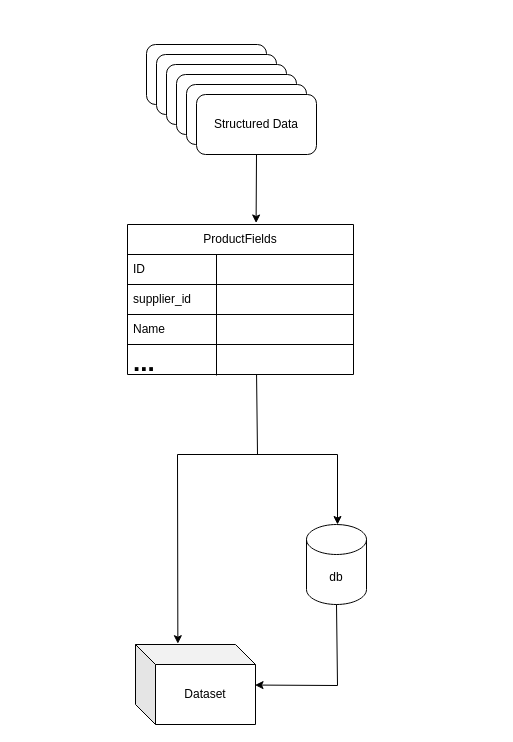
Earlier version of the draw.io diagram page "from product fields to data" (3 of 3) of assets/draw.io/selnium-requests-bs-productfilelds.drawio (hypo69/hypo). Source tidied: cells renumbered, new cells numbered last; positions are measured from the earlier drawing's top-left corner, leaving out a move shared by most shapes. Both pictures are drawn from the tidied source at 100%, with x=0, y=0 at pixel (127, 44).
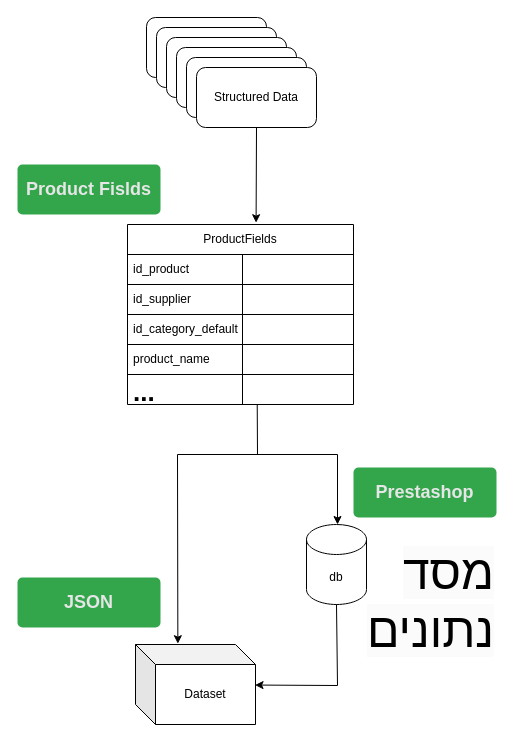
The same diagram, later.

The edit, as a diff of the source:
```diff
@@
     <mxCell id="2" style="group;" parent="1" vertex="1">
-      <mxGeometry x="19" width="170" height="110" as="geometry" />
+      <mxGeometry x="19" y="-27" width="170" height="110" as="geometry" />
     </mxCell>
@@
     <mxCell id="9" value="ProductFields" style="swimlane;fontStyle=0;horizontal=1;startSize=30;whiteSpace=wrap;html=1;" parent="1" vertex="1">
-      <mxGeometry y="180" width="226" height="150" as="geometry" />
+      <mxGeometry y="180" width="226" height="180" as="geometry" />
     </mxCell>
-    <mxCell id="10" value="ID" style="text;strokeColor=default;fillColor=none;align=left;verticalAlign=middle;spacingLeft=4;spacingRight=4;overflow=hidden;whiteSpace=wrap;html=1;" parent="9" vertex="1">
+    <mxCell id="10" value="id_product" style="text;strokeColor=default;fillColor=none;align=left;verticalAlign=middle;spacingLeft=4;spacingRight=4;overflow=hidden;whiteSpace=wrap;html=1;" parent="9" vertex="1">
       <mxGeometry y="30" width="226" height="30" as="geometry" />
     </mxCell>
-    <mxCell id="11" value="supplier_id" style="text;strokeColor=default;fillColor=none;align=left;verticalAlign=middle;spacingLeft=4;spacingRight=4;overflow=hidden;whiteSpace=wrap;html=1;" parent="9" vertex="1">
+    <mxCell id="11" value="id_supplier" style="text;strokeColor=default;fillColor=none;align=left;verticalAlign=middle;spacingLeft=4;spacingRight=4;overflow=hidden;whiteSpace=wrap;html=1;" parent="9" vertex="1">
       <mxGeometry y="60" width="226" height="30" as="geometry" />
     </mxCell>
-    <mxCell id="12" value="Name" style="text;strokeColor=default;fillColor=none;align=left;verticalAlign=middle;spacingLeft=4;spacingRight=4;overflow=hidden;whiteSpace=wrap;html=1;" parent="9" vertex="1">
+    <mxCell id="12" value="id_category_default" style="text;strokeColor=default;fillColor=none;align=left;verticalAlign=middle;spacingLeft=4;spacingRight=4;overflow=hidden;whiteSpace=wrap;html=1;" parent="9" vertex="1">
       <mxGeometry y="90" width="226" height="30" as="geometry" />
     </mxCell>
-    <mxCell id="13" value="..." style="text;strokeColor=none;fillColor=none;align=left;verticalAlign=middle;spacingLeft=4;spacingRight=4;overflow=hidden;points=[[0,0.5],[1,0.5]];portConstraint=eastwest;whiteSpace=wrap;horizontal=1;labelPosition=center;verticalLabelPosition=middle;fontStyle=1;fontSize=26;" parent="9" vertex="1">
+    <mxCell id="13" value="product_name" style="text;strokeColor=default;fillColor=none;align=left;verticalAlign=middle;spacingLeft=4;spacingRight=4;overflow=hidden;points=[[0,0.5],[1,0.5]];portConstraint=eastwest;whiteSpace=wrap;horizontal=1;labelPosition=center;verticalLabelPosition=middle;fontStyle=0;fontSize=12;" parent="9" vertex="1">
       <mxGeometry y="120" width="226" height="30" as="geometry" />
     </mxCell>
     <mxCell id="14" style="endArrow=none;html=1;rounded=0;" parent="9" edge="1">
       <mxGeometry relative="1" as="geometry">
-        <mxPoint x="89" y="151" as="sourcePoint" />
-        <mxPoint x="89" y="30" as="targetPoint" />
+        <mxPoint x="115" y="180" as="sourcePoint" />
+        <mxPoint x="115" y="30" as="targetPoint" />
       </mxGeometry>
     </mxCell>
+    <mxCell id="23" value="..." style="text;strokeColor=none;fillColor=none;align=left;verticalAlign=middle;spacingLeft=4;spacingRight=4;overflow=hidden;points=[[0,0.5],[1,0.5]];portConstraint=eastwest;whiteSpace=wrap;horizontal=1;labelPosition=center;verticalLabelPosition=middle;fontStyle=1;fontSize=26;" parent="9" vertex="1">
+      <mxGeometry y="150" width="226" height="30" as="geometry" />
+    </mxCell>
@@
-    <mxCell id="17" style="endArrow=none;html=1;rounded=0;entryX=0.571;entryY=0.983;entryDx=0;entryDy=0;entryPerimeter=0;" parent="1" edge="1" target="13">
+    <mxCell id="17" style="endArrow=none;html=1;rounded=0;entryX=0.574;entryY=1.01;entryDx=0;entryDy=0;entryPerimeter=0;" parent="1" edge="1" target="23">
       <mxGeometry relative="1" as="geometry">
         <mxPoint x="130" y="410" as="sourcePoint" />
       </mxGeometry>
     </mxCell>
@@
+    <mxCell id="24" value="&lt;font color=&quot;#e6e6e6&quot;&gt;&lt;span style=&quot;font-size: 18px;&quot;&gt;Product Fislds&lt;/span&gt;&lt;/font&gt;" style="html=1;shadow=0;dashed=0;shape=mxgraph.bootstrap.rrect;rSize=5;strokeColor=none;strokeWidth=1;fillColor=#33A64C;fontColor=#FFFFFF;whiteSpace=wrap;align=center;verticalAlign=middle;spacingLeft=0;fontStyle=1;fontSize=14;spacing=5;" parent="1" vertex="1">
+      <mxGeometry x="-110" y="120" width="143" height="50" as="geometry" />
+    </mxCell>
+    <mxCell id="25" value="&lt;font color=&quot;#e6e6e6&quot;&gt;&lt;span style=&quot;font-size: 18px;&quot;&gt;Prestashop&lt;/span&gt;&lt;/font&gt;" style="html=1;shadow=0;dashed=0;shape=mxgraph.bootstrap.rrect;rSize=5;strokeColor=none;strokeWidth=1;fillColor=#33A64C;fontColor=#FFFFFF;whiteSpace=wrap;align=center;verticalAlign=middle;spacingLeft=0;fontStyle=1;fontSize=14;spacing=5;" parent="1" vertex="1">
+      <mxGeometry x="226" y="423" width="143" height="50" as="geometry" />
+    </mxCell>
+    <mxCell id="26" value="&lt;font color=&quot;#e6e6e6&quot;&gt;&lt;span style=&quot;font-size: 18px;&quot;&gt;JSON&lt;/span&gt;&lt;/font&gt;" style="html=1;shadow=0;dashed=0;shape=mxgraph.bootstrap.rrect;rSize=5;strokeColor=none;strokeWidth=1;fillColor=#33A64C;fontColor=#FFFFFF;whiteSpace=wrap;align=center;verticalAlign=middle;spacingLeft=0;fontStyle=1;fontSize=14;spacing=5;" parent="1" vertex="1">
+      <mxGeometry x="-110" y="533" width="143" height="50" as="geometry" />
+    </mxCell>
+    <mxCell id="27" value="&lt;span style=&quot;color: rgb(0, 0, 0); font-family: Helvetica; font-size: 48px; font-style: normal; font-variant-ligatures: normal; font-variant-caps: normal; font-weight: 400; letter-spacing: normal; orphans: 2; text-indent: 0px; text-transform: none; widows: 2; word-spacing: 0px; -webkit-text-stroke-width: 0px; background-color: rgb(251, 251, 251); text-decoration-thickness: initial; text-decoration-style: initial; text-decoration-color: initial; float: none; display: inline !important;&quot;&gt;מסד נתונים&lt;br&gt;&lt;/span&gt;" style="text;whiteSpace=wrap;html=1;align=right;" parent="1" vertex="1">
+      <mxGeometry x="219" y="493" width="150" height="80" as="geometry" />
+    </mxCell>
```
